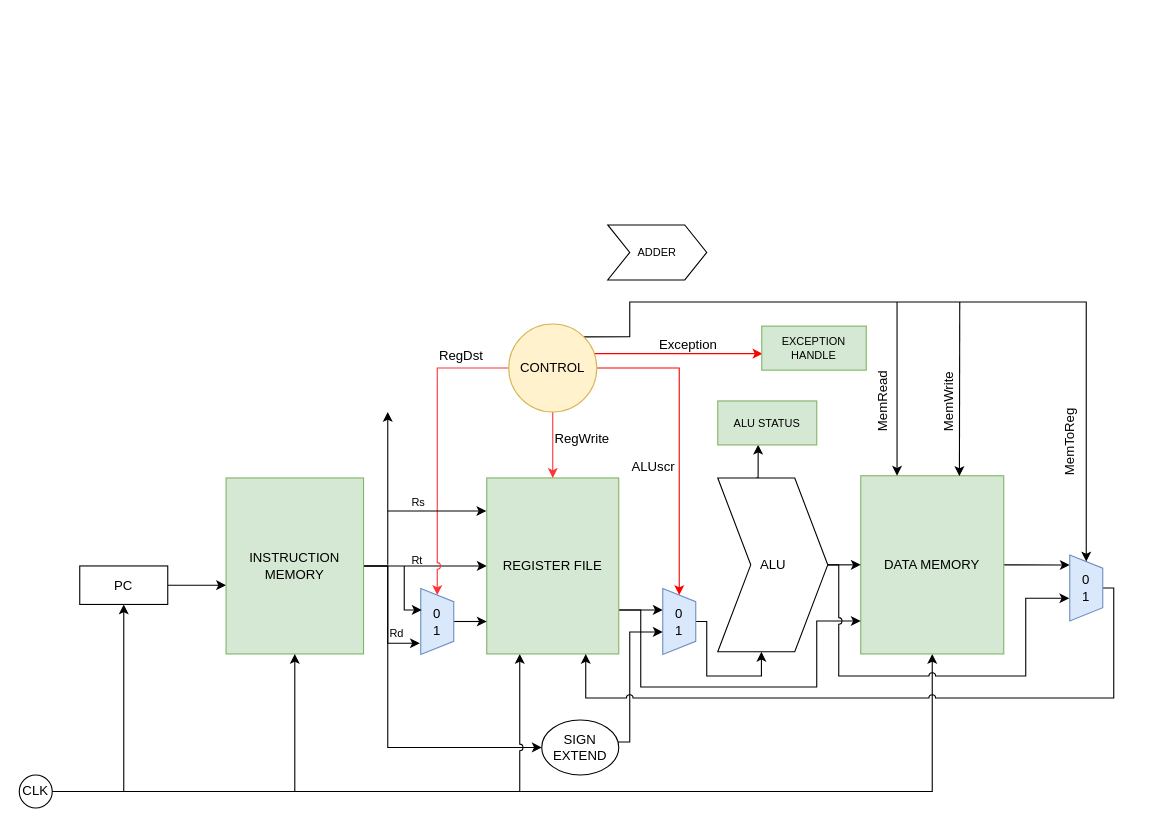
Earlier version of the draw.io diagram KTMTass.drawio (tmhieu99/Mips-Processor). Source tidied: cells renumbered, new cells numbered last; positions are measured from the earlier drawing's top-left corner, leaving out a move shared by most shapes. Both pictures are drawn from the tidied source at 110%, with x=0, y=0 at pixel (19, 224).
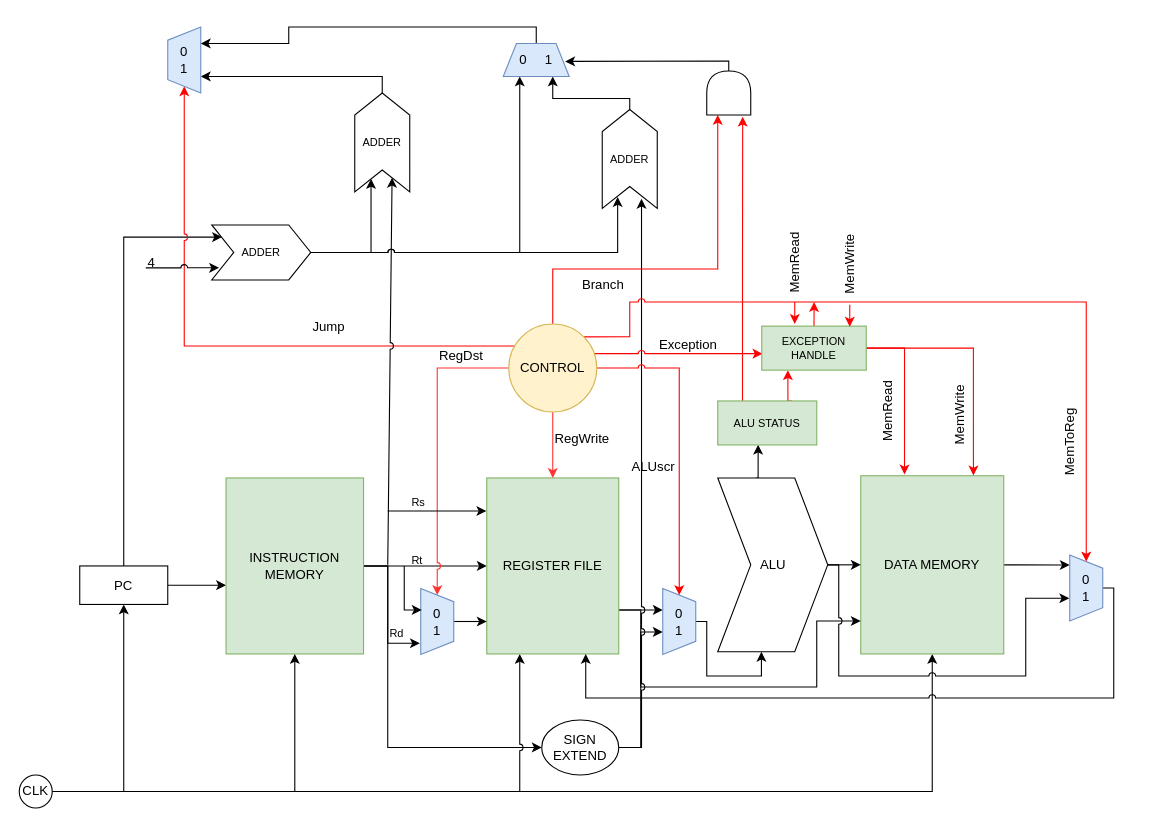
The same diagram, later.

The change refers to these unchanged cells:
```xml
<mxCell id="3" value="PC" style="rounded=0;whiteSpace=wrap;html=1;" parent="1" vertex="1">
  <mxGeometry x="55" y="310" width="80" height="35" as="geometry" />
</mxCell>
<mxCell id="14" value="DATA MEMORY" style="rounded=0;whiteSpace=wrap;html=1;fillColor=#d5e8d4;strokeColor=#82b366;" parent="1" vertex="1">
  <mxGeometry x="765" y="228" width="130" height="162" as="geometry" />
</mxCell>
<mxCell id="25" value="SIGN EXTEND" style="ellipse;whiteSpace=wrap;html=1;" parent="1" vertex="1">
  <mxGeometry x="475" y="450" width="70" height="50" as="geometry" />
</mxCell>
<mxCell id="27" value="0&lt;br&gt;1&lt;br&gt;" style="shape=trapezoid;perimeter=trapezoidPerimeter;whiteSpace=wrap;html=1;direction=south;fillColor=#dae8fc;strokeColor=#6c8ebf;" parent="1" vertex="1">
  <mxGeometry x="585" y="330.5" width="30" height="60" as="geometry" />
</mxCell>
<mxCell id="29" value="0&lt;br&gt;1&lt;br&gt;" style="shape=trapezoid;perimeter=trapezoidPerimeter;whiteSpace=wrap;html=1;direction=south;fillColor=#dae8fc;strokeColor=#6c8ebf;" parent="1" vertex="1">
  <mxGeometry x="955" y="300" width="30" height="60" as="geometry" />
</mxCell>
<mxCell id="35" value="CONTROL" style="ellipse;whiteSpace=wrap;html=1;fillColor=#fff2cc;strokeColor=#d6b656;" parent="1" vertex="1">
  <mxGeometry x="445" y="90" width="80" height="80" as="geometry" />
</mxCell>
<mxCell id="43" value="ALU STATUS" style="rounded=0;whiteSpace=wrap;html=1;fontSize=10;fillColor=#d5e8d4;strokeColor=#82b366;" parent="1" vertex="1">
  <mxGeometry x="635" y="160" width="90" height="40" as="geometry" />
</mxCell>
<mxCell id="44" value="EXCEPTION HANDLE" style="rounded=0;whiteSpace=wrap;html=1;fontSize=10;fillColor=#d5e8d4;strokeColor=#82b366;" parent="1" vertex="1">
  <mxGeometry x="675" y="92" width="95" height="40" as="geometry" />
</mxCell>
```

The edit, as a diff of the source:
```diff
@@
+    <mxCell id="54" style="edgeStyle=orthogonalEdgeStyle;rounded=0;jettySize=auto;html=1;strokeColor=#000000;fontColor=#FF0000;entryX=0.104;entryY=0.221;entryDx=0;entryDy=0;entryPerimeter=0;" parent="1" edge="1" source="3" target="70">
+      <mxGeometry relative="1" as="geometry">
+        <Array as="points">
+          <mxPoint x="95" y="11" />
+        </Array>
+      </mxGeometry>
+    </mxCell>
@@
-    <mxCell id="24" style="edgeStyle=orthogonalEdgeStyle;rounded=0;jettySize=auto;html=1;" parent="1" edge="1" source="25" target="27">
+    <mxCell id="24" style="edgeStyle=orthogonalEdgeStyle;rounded=0;jettySize=auto;html=1;jumpStyle=arc;" parent="1" edge="1" source="25" target="27">
       <mxGeometry relative="1" as="geometry">
         <Array as="points">
-          <mxPoint x="555" y="470" />
-          <mxPoint x="555" y="370" />
+          <mxPoint x="565" y="475" />
+          <mxPoint x="565" y="370" />
         </Array>
       </mxGeometry>
     </mxCell>
+    <mxCell id="55" style="edgeStyle=orthogonalEdgeStyle;rounded=0;jettySize=auto;html=1;exitX=1;exitY=0.5;exitDx=0;exitDy=0;entryX=0.098;entryY=0.714;entryDx=0;entryDy=0;strokeColor=#000000;fontColor=#FF0000;entryPerimeter=0;jumpStyle=arc;" parent="1" edge="1" source="25" target="72">
+      <mxGeometry relative="1" as="geometry">
+        <Array as="points">
+          <mxPoint x="566" y="475" />
+        </Array>
+      </mxGeometry>
+    </mxCell>
@@
-    <mxCell id="34" style="edgeStyle=orthogonalEdgeStyle;rounded=0;jettySize=auto;html=1;exitX=1;exitY=0;exitDx=0;exitDy=0;entryX=0;entryY=0.5;entryDx=0;entryDy=0;" parent="1" edge="1" source="35" target="29">
+    <mxCell id="34" style="edgeStyle=orthogonalEdgeStyle;rounded=0;jettySize=auto;html=1;exitX=1;exitY=0;exitDx=0;exitDy=0;entryX=0;entryY=0.5;entryDx=0;entryDy=0;fontColor=#FF0000;strokeColor=#FF0000;jumpStyle=arc;" parent="1" edge="1" source="35" target="29">
       <mxGeometry relative="1" as="geometry">
         <Array as="points">
           <mxPoint x="555" y="101" />
           <mxPoint x="555" y="70" />
           <mxPoint x="970" y="70" />
         </Array>
       </mxGeometry>
     </mxCell>
+    <mxCell id="56" style="edgeStyle=orthogonalEdgeStyle;rounded=0;jettySize=auto;html=1;exitX=0.5;exitY=0;exitDx=0;exitDy=0;entryX=0;entryY=0.25;entryDx=0;entryDy=0;strokeColor=#FF0000;fontColor=#FF0000;" parent="1" edge="1" source="35" target="65">
+      <mxGeometry relative="1" as="geometry">
+        <Array as="points">
+          <mxPoint x="485" y="40" />
+          <mxPoint x="635" y="40" />
+        </Array>
+      </mxGeometry>
+    </mxCell>
+    <mxCell id="57" style="edgeStyle=orthogonalEdgeStyle;rounded=0;jettySize=auto;html=1;exitX=0;exitY=0;exitDx=0;exitDy=0;strokeColor=#FF0000;fontColor=#FF0000;entryX=0;entryY=0.5;entryDx=0;entryDy=0;jumpStyle=arc;" parent="1" edge="1" source="35" target="73">
+      <mxGeometry relative="1" as="geometry">
+        <Array as="points">
+          <mxPoint x="457" y="110" />
+          <mxPoint x="150" y="110" />
+        </Array>
+      </mxGeometry>
+    </mxCell>
@@
-    <mxCell id="39" style="endArrow=classic;html=1;strokeColor=#000000;fontSize=10;" parent="1" edge="1">
+    <mxCell id="39" style="endArrow=classic;html=1;strokeColor=#000000;fontSize=10;entryX=0;entryY=0.75;entryDx=0;entryDy=0;jumpStyle=arc;" parent="1" edge="1" target="42">
       <mxGeometry relative="1" as="geometry">
         <mxPoint x="335" y="309" as="sourcePoint" />
-        <mxPoint x="335" y="170" as="targetPoint" />
       </mxGeometry>
     </mxCell>
@@
+    <mxCell id="58" style="edgeStyle=orthogonalEdgeStyle;rounded=0;jumpStyle=arc;jettySize=auto;html=1;exitX=1;exitY=0.5;exitDx=0;exitDy=0;entryX=0.25;entryY=1;entryDx=0;entryDy=0;strokeColor=#000000;fontColor=#FF0000;" parent="1" edge="1" source="42" target="73">
+      <mxGeometry relative="1" as="geometry">
+        <Array as="points">
+          <mxPoint x="330" y="-135" />
+        </Array>
+      </mxGeometry>
+    </mxCell>
-    <mxCell id="42" value="ADDER" style="shape=step;perimeter=stepPerimeter;whiteSpace=wrap;html=1;fixedSize=1;fontSize=10;" parent="1" vertex="1">
-      <mxGeometry x="535" width="90" height="50" as="geometry" />
+    <mxCell id="42" value="ADDER" style="shape=step;perimeter=stepPerimeter;whiteSpace=wrap;html=1;fixedSize=1;fontSize=10;direction=north;" parent="1" vertex="1">
+      <mxGeometry x="305" y="-120" width="50" height="90" as="geometry" />
     </mxCell>
+    <mxCell id="59" style="edgeStyle=orthogonalEdgeStyle;rounded=0;jettySize=auto;html=1;exitX=0.25;exitY=0;exitDx=0;exitDy=0;entryX=-0.04;entryY=0.817;entryDx=0;entryDy=0;entryPerimeter=0;strokeColor=#FF0000;fontColor=#FF0000;" parent="1" edge="1" source="43" target="65">
+      <mxGeometry relative="1" as="geometry" />
+    </mxCell>
+    <mxCell id="60" style="edgeStyle=orthogonalEdgeStyle;rounded=0;jettySize=auto;html=1;exitX=0.75;exitY=0;exitDx=0;exitDy=0;entryX=0.25;entryY=1;entryDx=0;entryDy=0;strokeColor=#FF0000;fontColor=#FF0000;" parent="1" edge="1" source="43" target="44">
+      <mxGeometry relative="1" as="geometry" />
+    </mxCell>
@@
+    <mxCell id="61" style="edgeStyle=orthogonalEdgeStyle;rounded=0;jettySize=auto;html=1;exitX=0.5;exitY=0;exitDx=0;exitDy=0;strokeColor=#FF0000;fontColor=#FF0000;" parent="1" edge="1" source="44">
+      <mxGeometry relative="1" as="geometry">
+        <mxPoint x="722.6" y="70" as="targetPoint" />
+      </mxGeometry>
+    </mxCell>
+    <mxCell id="62" style="edgeStyle=orthogonalEdgeStyle;rounded=0;jumpStyle=arc;jettySize=auto;html=1;strokeColor=#FF0000;fontColor=#FF0000;entryX=0.306;entryY=-0.007;entryDx=0;entryDy=0;entryPerimeter=0;" parent="1" edge="1" source="44" target="14">
+      <mxGeometry relative="1" as="geometry">
+        <Array as="points">
+          <mxPoint x="805" y="112" />
+        </Array>
+      </mxGeometry>
+    </mxCell>
+    <mxCell id="63" style="edgeStyle=orthogonalEdgeStyle;rounded=0;jumpStyle=arc;jettySize=auto;html=1;exitX=1;exitY=0.5;exitDx=0;exitDy=0;strokeColor=#FF0000;fontColor=#FF0000;entryX=0.788;entryY=-0.002;entryDx=0;entryDy=0;entryPerimeter=0;" parent="1" edge="1" source="44" target="14">
+      <mxGeometry relative="1" as="geometry" />
+    </mxCell>
@@
-    <mxCell id="50" style="endArrow=classic;html=1;" parent="1" edge="1">
+    <mxCell id="50" style="endArrow=classic;html=1;strokeColor=#FF0000;rounded=0;" parent="1" edge="1">
       <mxGeometry relative="1" as="geometry">
-        <mxPoint x="798" y="70" as="sourcePoint" />
-        <mxPoint x="798" y="228" as="targetPoint" />
+        <mxPoint x="705" y="70" as="sourcePoint" />
+        <mxPoint x="705" y="90" as="targetPoint" />
+        <Array as="points">
+          <mxPoint x="705" y="80" />
+        </Array>
       </mxGeometry>
     </mxCell>
-    <mxCell id="51" style="endArrow=classic;html=1;entryX=0.69;entryY=0.002;entryDx=0;entryDy=0;entryPerimeter=0;" parent="1" edge="1" target="14">
+    <mxCell id="51" style="endArrow=classic;html=1;strokeColor=#FF0000;" parent="1" edge="1">
       <mxGeometry relative="1" as="geometry">
-        <mxPoint x="855" y="70" as="sourcePoint" />
+        <mxPoint x="755" y="72.5" as="sourcePoint" />
+        <mxPoint x="755" y="92.5" as="targetPoint" />
       </mxGeometry>
     </mxCell>
-    <mxCell id="52" value="MemRead" style="text;html=1;align=left;verticalAlign=top;spacingTop=-4;direction=west;horizontal=0;" parent="1" vertex="1">
-      <mxGeometry x="775" y="170" width="70" height="20" as="geometry" />
+    <mxCell id="52" value="MemRead" style="text;html=1;align=left;verticalAlign=top;spacingTop=-4;direction=north;horizontal=0;" parent="1" vertex="1">
+      <mxGeometry x="780" y="129" width="20" height="70" as="geometry" />
     </mxCell>
-    <mxCell id="53" value="MemWrite" style="text;html=1;align=left;verticalAlign=top;spacingTop=-4;horizontal=0;" parent="1" vertex="1">
-      <mxGeometry x="835" y="170" width="70" height="20" as="geometry" />
+    <mxCell id="53" value="MemWrite" style="text;html=1;align=left;verticalAlign=top;spacingTop=-4;horizontal=0;direction=south;" parent="1" vertex="1">
+      <mxGeometry x="845" y="132" width="20" height="70" as="geometry" />
     </mxCell>
+    <mxCell id="64" style="edgeStyle=orthogonalEdgeStyle;rounded=0;jumpStyle=arc;jettySize=auto;html=1;entryX=0.938;entryY=0.546;entryDx=0;entryDy=0;entryPerimeter=0;strokeColor=#000000;fontColor=#FF0000;" parent="1" edge="1" source="65" target="75">
+      <mxGeometry relative="1" as="geometry">
+        <Array as="points">
+          <mxPoint x="645" y="-149" />
+          <mxPoint x="562" y="-149" />
+        </Array>
+      </mxGeometry>
+    </mxCell>
+    <mxCell id="65" style="shape=delay;whiteSpace=wrap;html=1;fontColor=#FF0000;direction=north;" parent="1" vertex="1">
+      <mxGeometry x="625" y="-140" width="40" height="40" as="geometry" />
+    </mxCell>
+    <mxCell id="66" value="&lt;font color=&quot;#000000&quot;&gt;Branch&lt;/font&gt;" style="text;html=1;align=left;verticalAlign=top;spacingTop=-4;fontColor=#FF0000;" parent="1" vertex="1">
+      <mxGeometry x="510" y="45" width="50" height="20" as="geometry" />
+    </mxCell>
+    <mxCell id="67" style="edgeStyle=orthogonalEdgeStyle;rounded=0;jettySize=auto;html=1;exitX=1;exitY=0.5;exitDx=0;exitDy=0;strokeColor=#000000;fontColor=#FF0000;entryX=0.116;entryY=0.28;entryDx=0;entryDy=0;entryPerimeter=0;jumpStyle=arc;" parent="1" edge="1" source="70" target="72">
+      <mxGeometry relative="1" as="geometry">
+        <Array as="points">
+          <mxPoint x="544" y="25" />
+        </Array>
+      </mxGeometry>
+    </mxCell>
+    <mxCell id="68" style="edgeStyle=orthogonalEdgeStyle;rounded=0;jettySize=auto;html=1;exitX=1;exitY=0.5;exitDx=0;exitDy=0;strokeColor=#000000;fontColor=#FF0000;entryX=0.132;entryY=0.296;entryDx=0;entryDy=0;entryPerimeter=0;" parent="1" edge="1" source="70" target="42">
+      <mxGeometry relative="1" as="geometry">
+        <Array as="points">
+          <mxPoint x="320" y="25" />
+        </Array>
+      </mxGeometry>
+    </mxCell>
+    <mxCell id="69" style="edgeStyle=orthogonalEdgeStyle;rounded=0;jumpStyle=arc;jettySize=auto;html=1;exitX=1;exitY=0.5;exitDx=0;exitDy=0;entryX=0.25;entryY=1;entryDx=0;entryDy=0;strokeColor=#000000;fontColor=#FF0000;" parent="1" edge="1" source="70" target="75">
+      <mxGeometry relative="1" as="geometry" />
+    </mxCell>
+    <mxCell id="70" value="ADDER" style="shape=step;perimeter=stepPerimeter;whiteSpace=wrap;html=1;fixedSize=1;fontSize=10;direction=east;" parent="1" vertex="1">
+      <mxGeometry x="175" width="90" height="50" as="geometry" />
+    </mxCell>
+    <mxCell id="71" style="edgeStyle=orthogonalEdgeStyle;rounded=0;jumpStyle=arc;jettySize=auto;html=1;exitX=1;exitY=0.5;exitDx=0;exitDy=0;entryX=0.75;entryY=1;entryDx=0;entryDy=0;strokeColor=#000000;fontColor=#FF0000;" parent="1" edge="1" source="72" target="75">
+      <mxGeometry relative="1" as="geometry">
+        <Array as="points">
+          <mxPoint x="555" y="-115" />
+          <mxPoint x="485" y="-115" />
+        </Array>
+      </mxGeometry>
+    </mxCell>
+    <mxCell id="72" value="ADDER" style="shape=step;perimeter=stepPerimeter;whiteSpace=wrap;html=1;fixedSize=1;fontSize=10;direction=north;" parent="1" vertex="1">
+      <mxGeometry x="530" y="-105" width="50" height="90" as="geometry" />
+    </mxCell>
+    <mxCell id="73" value="0&lt;br&gt;1&lt;br&gt;" style="shape=trapezoid;perimeter=trapezoidPerimeter;whiteSpace=wrap;html=1;direction=north;fillColor=#dae8fc;strokeColor=#6c8ebf;" parent="1" vertex="1">
+      <mxGeometry x="135" y="-180" width="30" height="60" as="geometry" />
+    </mxCell>
+    <mxCell id="74" style="edgeStyle=orthogonalEdgeStyle;rounded=0;jumpStyle=arc;jettySize=auto;html=1;entryX=0.75;entryY=1;entryDx=0;entryDy=0;strokeColor=#000000;fontColor=#FF0000;exitX=0.5;exitY=0;exitDx=0;exitDy=0;" parent="1" edge="1" source="75" target="73">
+      <mxGeometry relative="1" as="geometry">
+        <Array as="points">
+          <mxPoint x="470" y="-180" />
+          <mxPoint x="245" y="-180" />
+          <mxPoint x="245" y="-165" />
+        </Array>
+      </mxGeometry>
+    </mxCell>
+    <mxCell id="75" value="0&amp;nbsp; &amp;nbsp; &amp;nbsp;1&lt;br&gt;" style="shape=trapezoid;perimeter=trapezoidPerimeter;whiteSpace=wrap;html=1;direction=east;fillColor=#dae8fc;strokeColor=#6c8ebf;" parent="1" vertex="1">
+      <mxGeometry x="440" y="-165" width="60" height="30" as="geometry" />
+    </mxCell>
+    <mxCell id="76" style="endArrow=classic;html=1;strokeColor=#000000;fontColor=#FF0000;entryX=0.074;entryY=0.779;entryDx=0;entryDy=0;entryPerimeter=0;jumpStyle=arc;" parent="1" edge="1" target="70">
+      <mxGeometry relative="1" as="geometry">
+        <mxPoint x="115" y="39" as="sourcePoint" />
+      </mxGeometry>
+    </mxCell>
+    <mxCell id="77" value="&lt;font color=&quot;#000000&quot;&gt;4&lt;/font&gt;" style="text;html=1;align=left;verticalAlign=top;spacingTop=-4;fontColor=#FF0000;" parent="1" vertex="1">
+      <mxGeometry x="115" y="25" width="20" height="20" as="geometry" />
+    </mxCell>
+    <mxCell id="78" value="&lt;font color=&quot;#000000&quot;&gt;Jump&lt;/font&gt;" style="text;html=1;align=left;verticalAlign=top;spacingTop=-4;fontColor=#FF0000;" parent="1" vertex="1">
+      <mxGeometry x="265" y="82.5" width="50" height="20" as="geometry" />
+    </mxCell>
+    <mxCell id="79" value="MemRead" style="text;html=1;align=left;verticalAlign=top;spacingTop=-4;direction=north;horizontal=0;" parent="1" vertex="1">
+      <mxGeometry x="695" y="-6" width="20" height="70" as="geometry" />
+    </mxCell>
+    <mxCell id="80" value="MemWrite" style="text;html=1;align=left;verticalAlign=top;spacingTop=-4;horizontal=0;direction=south;" parent="1" vertex="1">
+      <mxGeometry x="745" y="-5" width="20" height="70" as="geometry" />
+    </mxCell>
```
